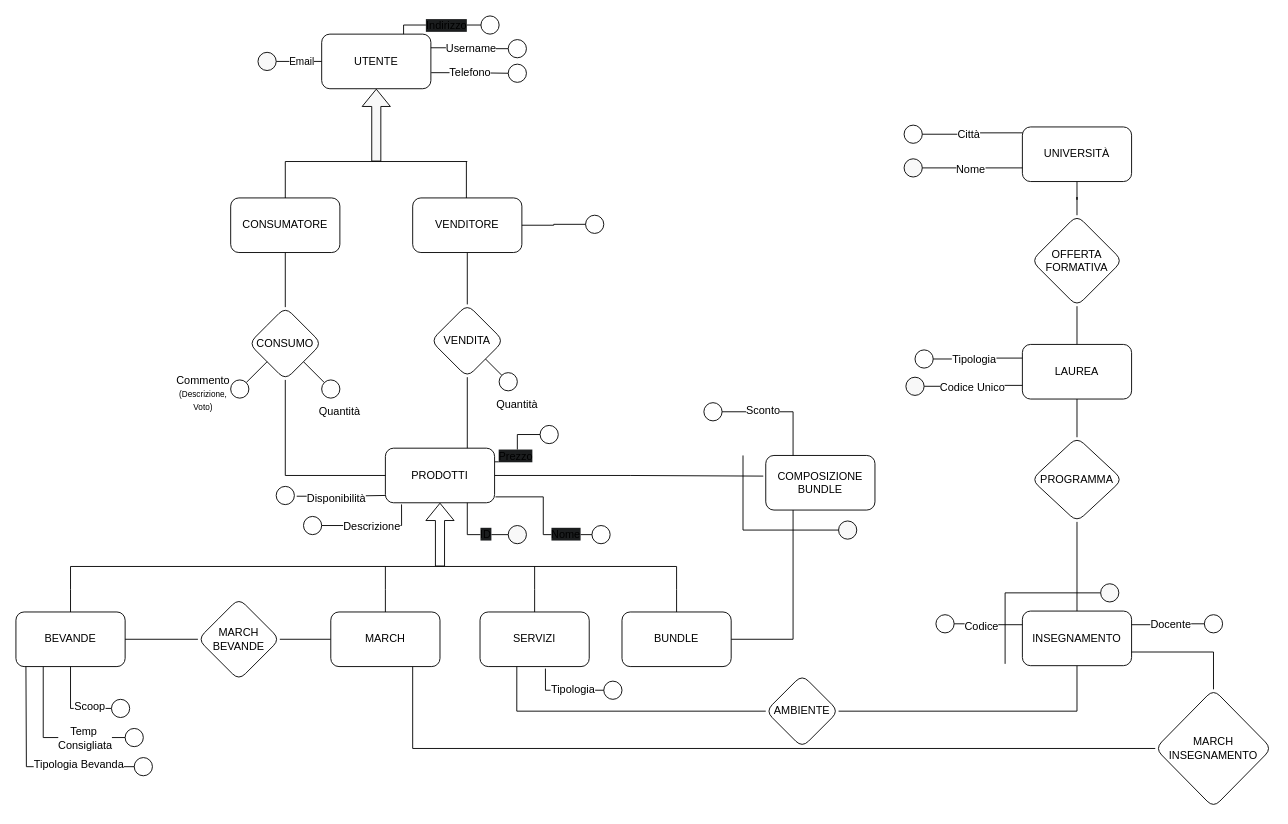
unrealyozora/UniversiTea keeps this draw.io diagram as Relazione/BasiDati_TecWeb.drawio. Above is the earlier version. Source tidied: cells renumbered, new cells numbered last; positions are measured from the earlier drawing's top-left corner, leaving out a move shared by most shapes. Both pictures are drawn from the tidied source at 91%, with x=0, y=0 at pixel (15, 15).
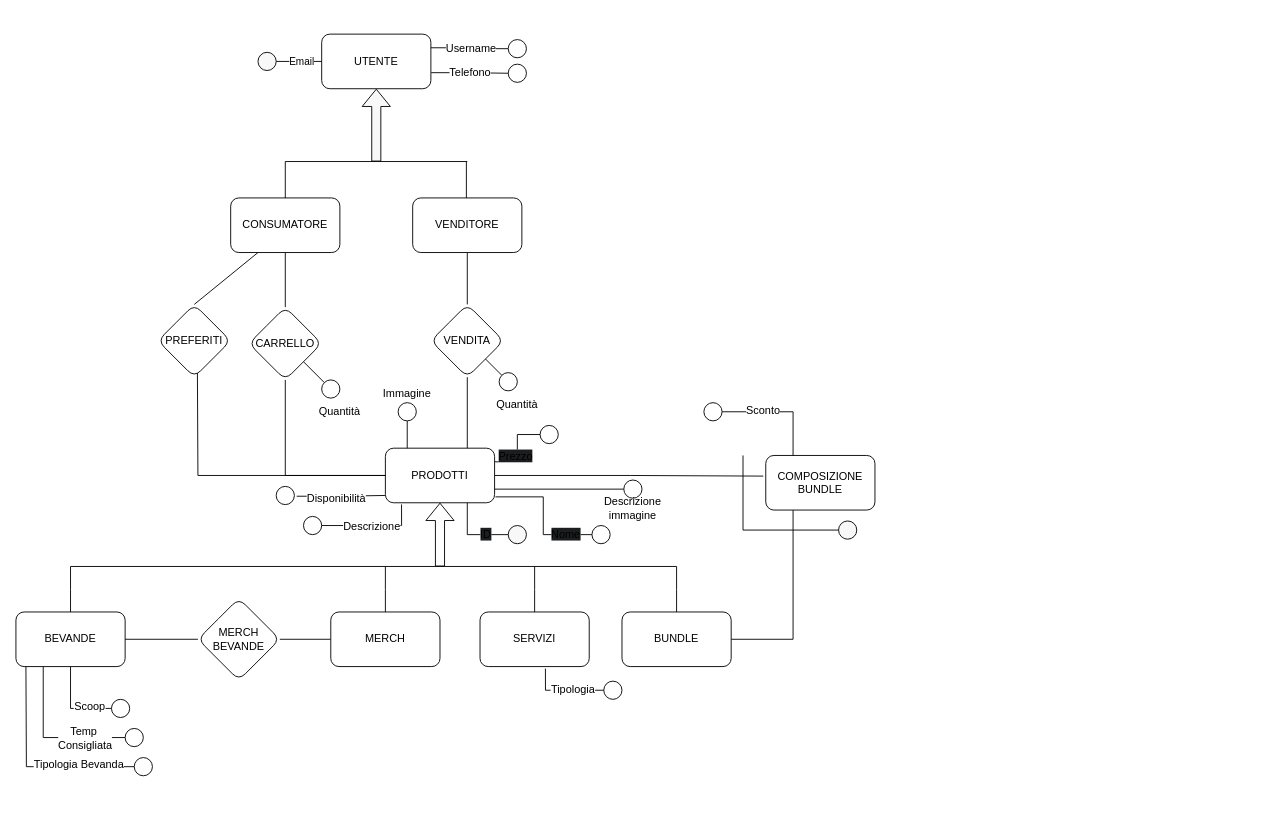
After the change.

Commit message (it also covers changes not shown here):
Modificato struttura db e aggiunta immagine typst

Unchanged cells that the change refers to:
```xml
<mxCell id="13" value="SERVIZI" style="rounded=1;whiteSpace=wrap;html=1;" parent="1" vertex="1">
  <mxGeometry x="510" y="655" width="120" height="60" as="geometry" />
</mxCell>
<mxCell id="20" value="PRODOTTI" style="rounded=1;whiteSpace=wrap;html=1;" parent="1" vertex="1">
  <mxGeometry x="406" y="475" width="120" height="60" as="geometry" />
</mxCell>
<mxCell id="23" value="UTENTE" style="rounded=1;whiteSpace=wrap;html=1;" parent="1" vertex="1">
  <mxGeometry x="336" y="20" width="120" height="60" as="geometry" />
</mxCell>
<mxCell id="26" value="CONSUMATORE" style="rounded=1;whiteSpace=wrap;html=1;" parent="1" vertex="1">
  <mxGeometry x="236" y="200" width="120" height="60" as="geometry" />
</mxCell>
<mxCell id="29" value="VENDITORE" style="rounded=1;whiteSpace=wrap;html=1;" parent="1" vertex="1">
  <mxGeometry x="436" y="200" width="120" height="60" as="geometry" />
</mxCell>
```

Diff of the diagram source:
```diff
@@
-    <mxCell id="9" style="edgeStyle=orthogonalEdgeStyle;rounded=0;jettySize=auto;html=1;exitX=0.75;exitY=1;exitDx=0;exitDy=0;entryX=0;entryY=0.5;entryDx=0;entryDy=0;endArrow=none;endFill=0;" parent="1" edge="1" source="11" target="116">
-      <mxGeometry relative="1" as="geometry" />
-    </mxCell>
@@
-    <mxCell id="11" value="MARCH" style="rounded=1;whiteSpace=wrap;html=1;" parent="1" vertex="1">
+    <mxCell id="11" value="MERCH" style="rounded=1;whiteSpace=wrap;html=1;" parent="1" vertex="1">
       <mxGeometry x="346" y="655" width="120" height="60" as="geometry" />
     </mxCell>
@@
-    <mxCell id="34" value="CONSUMO" style="rhombus;whiteSpace=wrap;html=1;rounded=1;" parent="1" vertex="1">
+    <mxCell id="34" value="CARRELLO" style="rhombus;whiteSpace=wrap;html=1;rounded=1;" parent="1" vertex="1">
       <mxGeometry x="256" y="320" width="80" height="80" as="geometry" />
     </mxCell>
@@
-    <mxCell id="52" style="rounded=0;jettySize=auto;html=1;exitX=0.75;exitY=0;exitDx=0;exitDy=0;entryX=0;entryY=0.5;entryDx=0;entryDy=0;endArrow=none;endFill=0;edgeStyle=orthogonalEdgeStyle;" parent="1" edge="1" source="23" target="54">
-      <mxGeometry relative="1" as="geometry">
-        <Array as="points">
-          <mxPoint x="426" y="10" />
-        </Array>
-      </mxGeometry>
-    </mxCell>
-    <mxCell id="53" value="&lt;span style=&quot;font-size: 12px; text-wrap-mode: wrap; background-color: rgb(27, 29, 30);&quot;&gt;Indirizzo&lt;/span&gt;" style="edgeLabel;html=1;align=center;verticalAlign=middle;" parent="52" vertex="1">
-      <mxGeometry x="-0.2" y="3" relative="1" as="geometry">
-        <mxPoint x="18" y="3" as="offset" />
-      </mxGeometry>
-    </mxCell>
-    <mxCell id="54" style="ellipse;whiteSpace=wrap;html=1;" parent="1" vertex="1">
-      <mxGeometry x="511" width="20" height="20" as="geometry" />
-    </mxCell>
@@
-    <mxCell id="74" style="edgeStyle=orthogonalEdgeStyle;rounded=0;jettySize=auto;html=1;entryX=1;entryY=0.5;entryDx=0;entryDy=0;exitX=0.5;exitY=1;exitDx=0;exitDy=0;endArrow=none;endFill=0;" parent="1" edge="1" source="75" target="81">
-      <mxGeometry relative="1" as="geometry" />
-    </mxCell>
-    <mxCell id="75" value="INSEGNAMENTO" style="rounded=1;whiteSpace=wrap;html=1;" parent="1" vertex="1">
-      <mxGeometry x="1106" y="654" width="120" height="60" as="geometry" />
-    </mxCell>
-    <mxCell id="76" style="edgeStyle=orthogonalEdgeStyle;rounded=0;jettySize=auto;html=1;endArrow=none;endFill=0;entryX=0.5;entryY=1;entryDx=0;entryDy=0;" parent="1" edge="1" source="78" target="85">
-      <mxGeometry relative="1" as="geometry" />
-    </mxCell>
-    <mxCell id="77" style="edgeStyle=orthogonalEdgeStyle;rounded=0;jettySize=auto;html=1;endArrow=none;endFill=0;" parent="1" edge="1" source="78" target="103">
-      <mxGeometry relative="1" as="geometry" />
-    </mxCell>
-    <mxCell id="78" value="OFFERTA&lt;div&gt;FORMATIVA&lt;/div&gt;" style="rhombus;whiteSpace=wrap;html=1;rounded=1;" parent="1" vertex="1">
-      <mxGeometry x="1116" y="219" width="100" height="100" as="geometry" />
-    </mxCell>
@@
-    <mxCell id="81" value="AMBIENTE" style="rhombus;whiteSpace=wrap;html=1;rounded=1;" parent="1" vertex="1">
-      <mxGeometry x="824" y="724" width="80" height="80" as="geometry" />
-    </mxCell>
-    <mxCell id="82" style="edgeStyle=orthogonalEdgeStyle;rounded=0;jettySize=auto;html=1;entryX=0.337;entryY=1.001;entryDx=0;entryDy=0;entryPerimeter=0;endArrow=none;endFill=0;" parent="1" edge="1" source="81" target="13">
-      <mxGeometry relative="1" as="geometry" />
-    </mxCell>
-    <mxCell id="83" style="edgeStyle=orthogonalEdgeStyle;rounded=0;jettySize=auto;html=1;entryX=0;entryY=0.25;entryDx=0;entryDy=0;endArrow=none;endFill=0;exitX=1;exitY=0.5;exitDx=0;exitDy=0;" parent="1" edge="1" source="95" target="75">
-      <mxGeometry relative="1" as="geometry" />
-    </mxCell>
-    <mxCell id="84" value="&lt;font style=&quot;font-size: 12px;&quot;&gt;Codice&lt;/font&gt;" style="edgeLabel;html=1;align=center;verticalAlign=middle;" parent="83" vertex="1">
-      <mxGeometry x="-0.25" y="-1" relative="1" as="geometry">
-        <mxPoint y="1" as="offset" />
-      </mxGeometry>
-    </mxCell>
-    <mxCell id="85" value="UNIVERSITÀ" style="rounded=1;whiteSpace=wrap;html=1;" parent="1" vertex="1">
-      <mxGeometry x="1106" y="122" width="120" height="60" as="geometry" />
-    </mxCell>
-    <mxCell id="86" style="ellipse;whiteSpace=wrap;html=1;" parent="1" vertex="1">
-      <mxGeometry x="976" y="120" width="20" height="20" as="geometry" />
-    </mxCell>
-    <mxCell id="87" style="edgeStyle=orthogonalEdgeStyle;rounded=0;jettySize=auto;html=1;entryX=0.001;entryY=0.108;entryDx=0;entryDy=0;entryPerimeter=0;endArrow=none;endFill=0;" parent="1" edge="1" source="86" target="85">
-      <mxGeometry relative="1" as="geometry" />
-    </mxCell>
-    <mxCell id="88" value="&lt;span style=&quot;font-size: 12px;&quot;&gt;Città&lt;/span&gt;" style="edgeLabel;html=1;align=center;verticalAlign=middle;" parent="87" vertex="1">
-      <mxGeometry x="-0.09" y="-3" relative="1" as="geometry">
-        <mxPoint x="-1" y="-3" as="offset" />
-      </mxGeometry>
-    </mxCell>
-    <mxCell id="89" style="edgeStyle=orthogonalEdgeStyle;rounded=0;jettySize=auto;html=1;entryX=0;entryY=0.75;entryDx=0;entryDy=0;endArrow=none;endFill=0;" parent="1" edge="1" source="91" target="85">
-      <mxGeometry relative="1" as="geometry" />
-    </mxCell>
-    <mxCell id="90" value="&lt;span style=&quot;font-size: 12px;&quot;&gt;Nome&lt;/span&gt;" style="edgeLabel;html=1;align=center;verticalAlign=middle;" parent="89" vertex="1">
-      <mxGeometry x="-0.05" y="-1" relative="1" as="geometry" />
-    </mxCell>
-    <mxCell id="91" style="ellipse;whiteSpace=wrap;html=1;fillColor=#F8F8F8;" parent="1" vertex="1">
-      <mxGeometry x="976" y="157" width="20" height="20" as="geometry" />
-    </mxCell>
-    <mxCell id="92" style="endArrow=none;html=1;rounded=0;" parent="1" edge="1">
-      <mxGeometry relative="1" as="geometry">
-        <mxPoint x="1087" y="634" as="sourcePoint" />
-        <mxPoint x="1087" y="712" as="targetPoint" />
-      </mxGeometry>
-    </mxCell>
-    <mxCell id="93" style="endArrow=none;html=1;rounded=0;exitX=0;exitY=0.5;exitDx=0;exitDy=0;" parent="1" edge="1" source="94">
-      <mxGeometry relative="1" as="geometry">
-        <mxPoint x="1087" y="634" as="targetPoint" />
-      </mxGeometry>
-    </mxCell>
-    <mxCell id="94" style="ellipse;whiteSpace=wrap;html=1;fillColor=#F8F8F8;" parent="1" vertex="1">
-      <mxGeometry x="1192" y="624" width="20" height="20" as="geometry" />
-    </mxCell>
-    <mxCell id="95" style="ellipse;whiteSpace=wrap;html=1;" parent="1" vertex="1">
-      <mxGeometry x="1011" y="658" width="20" height="20" as="geometry" />
-    </mxCell>
-    <mxCell id="96" style="ellipse;whiteSpace=wrap;html=1;" parent="1" vertex="1">
-      <mxGeometry x="1306" y="658" width="20" height="20" as="geometry" />
-    </mxCell>
-    <mxCell id="97" style="edgeStyle=orthogonalEdgeStyle;rounded=0;jettySize=auto;html=1;entryX=1;entryY=0.25;entryDx=0;entryDy=0;endArrow=none;endFill=0;" parent="1" edge="1" source="96" target="75">
-      <mxGeometry relative="1" as="geometry" />
-    </mxCell>
-    <mxCell id="98" value="&lt;span style=&quot;font-size: 12px;&quot;&gt;Docente&lt;/span&gt;" style="edgeLabel;html=1;align=center;verticalAlign=middle;" parent="97" vertex="1">
-      <mxGeometry x="-0.09" y="-3" relative="1" as="geometry">
-        <mxPoint x="-1" y="3" as="offset" />
-      </mxGeometry>
-    </mxCell>
@@
-    <mxCell id="102" style="edgeStyle=orthogonalEdgeStyle;rounded=0;jettySize=auto;html=1;endArrow=none;endFill=0;" parent="1" edge="1" source="103" target="105">
-      <mxGeometry relative="1" as="geometry" />
-    </mxCell>
-    <mxCell id="103" value="LAUREA" style="whiteSpace=wrap;html=1;rounded=1;" parent="1" vertex="1">
-      <mxGeometry x="1106" y="361" width="120" height="60" as="geometry" />
-    </mxCell>
-    <mxCell id="104" style="edgeStyle=orthogonalEdgeStyle;rounded=0;jettySize=auto;html=1;entryX=0.5;entryY=0;entryDx=0;entryDy=0;endArrow=none;endFill=0;" parent="1" edge="1" source="105" target="75">
-      <mxGeometry relative="1" as="geometry" />
-    </mxCell>
-    <mxCell id="105" value="PROGRAMMA" style="rhombus;whiteSpace=wrap;html=1;rounded=1;" parent="1" vertex="1">
-      <mxGeometry x="1116" y="463" width="100" height="93" as="geometry" />
-    </mxCell>
-    <mxCell id="106" style="ellipse;whiteSpace=wrap;html=1;" parent="1" vertex="1">
-      <mxGeometry x="988" y="367" width="20" height="20" as="geometry" />
-    </mxCell>
-    <mxCell id="107" style="edgeStyle=orthogonalEdgeStyle;rounded=0;jettySize=auto;html=1;entryX=0;entryY=0.25;entryDx=0;entryDy=0;endArrow=none;endFill=0;" parent="1" edge="1" source="106" target="103">
-      <mxGeometry relative="1" as="geometry" />
-    </mxCell>
-    <mxCell id="108" value="&lt;span style=&quot;font-size: 12px;&quot;&gt;Tipologia&lt;/span&gt;" style="edgeLabel;html=1;align=center;verticalAlign=middle;" parent="107" vertex="1">
-      <mxGeometry x="-0.09" y="-3" relative="1" as="geometry">
-        <mxPoint x="-1" y="-3" as="offset" />
-      </mxGeometry>
-    </mxCell>
-    <mxCell id="109" style="edgeStyle=orthogonalEdgeStyle;rounded=0;jettySize=auto;html=1;entryX=0;entryY=0.75;entryDx=0;entryDy=0;endArrow=none;endFill=0;" parent="1" edge="1" source="111" target="103">
-      <mxGeometry relative="1" as="geometry" />
-    </mxCell>
-    <mxCell id="110" value="&lt;span style=&quot;font-size: 12px;&quot;&gt;Codice Unico&lt;/span&gt;" style="edgeLabel;html=1;align=center;verticalAlign=middle;" parent="109" vertex="1">
-      <mxGeometry x="-0.05" y="-1" relative="1" as="geometry" />
-    </mxCell>
-    <mxCell id="111" style="ellipse;whiteSpace=wrap;html=1;fillColor=#F8F8F8;" parent="1" vertex="1">
-      <mxGeometry x="978" y="397" width="20" height="20" as="geometry" />
-    </mxCell>
@@
-    <mxCell id="115" style="edgeStyle=orthogonalEdgeStyle;rounded=0;jettySize=auto;html=1;exitX=0.5;exitY=0;exitDx=0;exitDy=0;entryX=1;entryY=0.75;entryDx=0;entryDy=0;endArrow=none;endFill=0;" parent="1" edge="1" source="116" target="75">
-      <mxGeometry relative="1" as="geometry" />
-    </mxCell>
-    <mxCell id="116" value="MARCH INSEGNAMENTO" style="rhombus;whiteSpace=wrap;html=1;rounded=1;" parent="1" vertex="1">
-      <mxGeometry x="1252" y="740" width="128" height="130" as="geometry" />
-    </mxCell>
@@
-    <mxCell id="118" value="MARCH BEVANDE" style="rhombus;whiteSpace=wrap;html=1;rounded=1;" parent="1" vertex="1">
+    <mxCell id="118" value="MERCH BEVANDE" style="rhombus;whiteSpace=wrap;html=1;rounded=1;" parent="1" vertex="1">
       <mxGeometry x="200" y="640" width="90" height="90" as="geometry" />
     </mxCell>
-    <mxCell id="119" style="ellipse;whiteSpace=wrap;html=1;" parent="1" vertex="1">
-      <mxGeometry x="626" y="219" width="20" height="20" as="geometry" />
-    </mxCell>
-    <mxCell id="120" style="edgeStyle=orthogonalEdgeStyle;rounded=0;jettySize=auto;html=1;entryX=1;entryY=0.5;entryDx=0;entryDy=0;endArrow=none;endFill=0;" parent="1" edge="1" source="119" target="29">
-      <mxGeometry relative="1" as="geometry" />
-    </mxCell>
-    <mxCell id="121" style="rounded=0;jettySize=auto;html=1;exitX=0;exitY=1;exitDx=0;exitDy=0;entryX=1;entryY=0;entryDx=0;entryDy=0;endArrow=none;endFill=0;" parent="1" edge="1" source="34" target="122">
-      <mxGeometry relative="1" as="geometry" />
-    </mxCell>
-    <mxCell id="122" style="ellipse;whiteSpace=wrap;html=1;" parent="1" vertex="1">
-      <mxGeometry x="236" y="400" width="20" height="20" as="geometry" />
-    </mxCell>
-    <mxCell id="123" value="Commento&lt;div&gt;&lt;font style=&quot;font-size: 9px;&quot;&gt;(Descrizione, Voto)&lt;/font&gt;&lt;/div&gt;" style="text;html=1;whiteSpace=wrap;strokeColor=none;fillColor=none;align=center;verticalAlign=middle;rounded=0;" parent="1" vertex="1">
-      <mxGeometry x="176" y="400" width="60" height="30" as="geometry" />
-    </mxCell>
+    <mxCell id="124" value="PREFERITI" style="rhombus;whiteSpace=wrap;html=1;rounded=1;" parent="1" vertex="1">
+      <mxGeometry x="156" y="317" width="80" height="80" as="geometry" />
+    </mxCell>
+    <mxCell id="125" style="endArrow=none;html=1;rounded=0;entryX=0.543;entryY=0.942;entryDx=0;entryDy=0;exitX=0;exitY=0.5;exitDx=0;exitDy=0;entryPerimeter=0;" parent="1" edge="1" source="20" target="124">
+      <mxGeometry relative="1" as="geometry">
+        <Array as="points">
+          <mxPoint x="200" y="505" />
+        </Array>
+      </mxGeometry>
+    </mxCell>
+    <mxCell id="126" style="endArrow=none;html=1;rounded=0;entryX=0.25;entryY=1;entryDx=0;entryDy=0;exitX=0.5;exitY=0;exitDx=0;exitDy=0;" parent="1" edge="1" source="124" target="26">
+      <mxGeometry relative="1" as="geometry" />
+    </mxCell>
+    <mxCell id="127" style="endArrow=none;html=1;rounded=0;" parent="1" edge="1">
+      <mxGeometry relative="1" as="geometry">
+        <mxPoint x="430" y="475" as="sourcePoint" />
+        <mxPoint x="430" y="445" as="targetPoint" />
+      </mxGeometry>
+    </mxCell>
+    <mxCell id="128" style="ellipse;whiteSpace=wrap;html=1;" parent="1" vertex="1">
+      <mxGeometry x="420" y="425" width="20" height="20" as="geometry" />
+    </mxCell>
+    <mxCell id="129" value="&lt;div&gt;Immagine&lt;/div&gt;" style="text;html=1;whiteSpace=wrap;strokeColor=none;fillColor=none;align=center;verticalAlign=middle;rounded=0;" parent="1" vertex="1">
+      <mxGeometry x="400" y="400" width="60" height="30" as="geometry" />
+    </mxCell>
+    <mxCell id="130" style="endArrow=none;html=1;rounded=0;exitX=1;exitY=0.75;exitDx=0;exitDy=0;" parent="1" edge="1" source="20">
+      <mxGeometry relative="1" as="geometry">
+        <mxPoint x="668" y="520" as="targetPoint" />
+      </mxGeometry>
+    </mxCell>
+    <mxCell id="131" style="ellipse;whiteSpace=wrap;html=1;" parent="1" vertex="1">
+      <mxGeometry x="668" y="510" width="20" height="20" as="geometry" />
+    </mxCell>
+    <mxCell id="132" value="Descrizione immagine" style="text;html=1;whiteSpace=wrap;strokeColor=none;fillColor=none;align=center;verticalAlign=middle;rounded=0;" parent="1" vertex="1">
+      <mxGeometry x="648" y="526" width="60" height="30" as="geometry" />
+    </mxCell>
```
